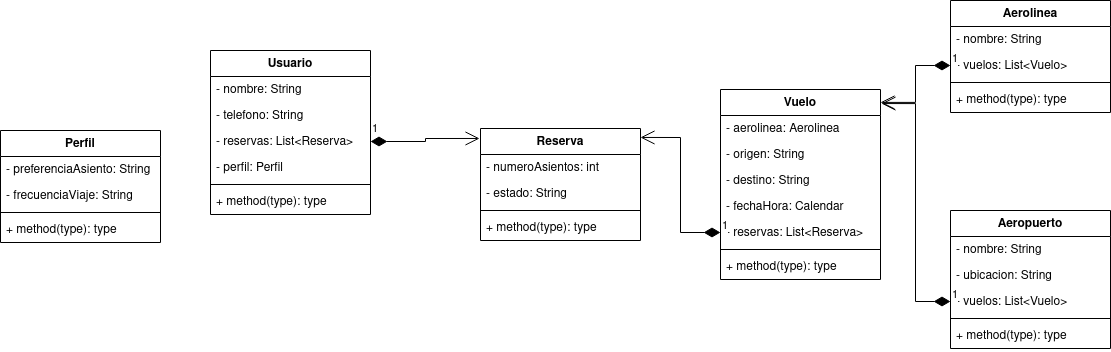
The draw.io diagram ejercicio2/diagram/ejercicio2-maxi.png in mackstm/examen-ets, before a commit. Source tidied: cells renumbered, new cells last; positions are measured from the earlier drawing's top-left corner, leaving out a move shared by most shapes.
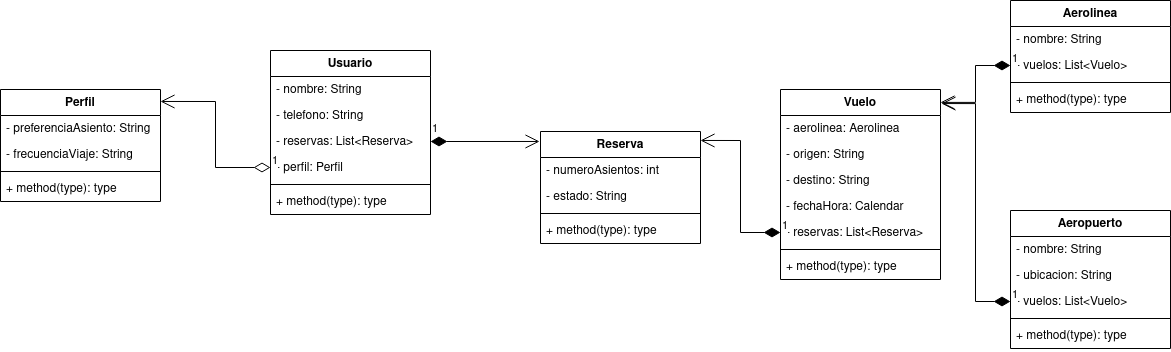
Above is the later version.

What changed in the source:
```diff
@@ -24,7 +24,7 @@
       <mxGeometry y="138" width="160" height="26" as="geometry" />
     </mxCell>
     <mxCell id="9" value="Reserva" style="swimlane;fontStyle=1;align=center;verticalAlign=top;horizontal=1;startSize=26;whiteSpace=wrap;html=1;" parent="1" vertex="1">
-      <mxGeometry x="480" y="128" width="160" height="112" as="geometry" />
+      <mxGeometry x="480" y="131" width="160" height="112" as="geometry" />
     </mxCell>
     <mxCell id="10" value="- numeroAsientos: int" style="text;strokeColor=none;fillColor=none;align=left;verticalAlign=top;spacingLeft=4;spacingRight=4;overflow=hidden;whiteSpace=wrap;html=1;" parent="9" vertex="1">
       <mxGeometry y="26" width="160" height="26" as="geometry" />
@@ -96,7 +96,7 @@
       <mxGeometry y="112" width="160" height="26" as="geometry" />
     </mxCell>
     <mxCell id="33" value="Perfil" style="swimlane;fontStyle=1;align=center;verticalAlign=top;horizontal=1;startSize=26;whiteSpace=wrap;html=1;" parent="1" vertex="1">
-      <mxGeometry y="130" width="160" height="112" as="geometry" />
+      <mxGeometry x="-60" y="89" width="160" height="112" as="geometry" />
     </mxCell>
     <mxCell id="34" value="- preferenciaAsiento: String" style="text;strokeColor=none;fillColor=none;align=left;verticalAlign=top;spacingLeft=4;spacingRight=4;overflow=hidden;whiteSpace=wrap;html=1;" parent="33" vertex="1">
       <mxGeometry y="26" width="160" height="26" as="geometry" />
@@ -122,5 +122,8 @@
     <mxCell id="41" value="1" style="endArrow=open;html=1;endSize=12;startArrow=diamondThin;startSize=14;startFill=1;edgeStyle=orthogonalEdgeStyle;align=left;verticalAlign=bottom;rounded=0;exitX=0;exitY=0.5;exitDx=0;exitDy=0;entryX=1.006;entryY=0.074;entryDx=0;entryDy=0;entryPerimeter=0;" parent="1" edge="1" source="30" target="14">
       <mxGeometry x="-1" y="3" relative="1" as="geometry" />
     </mxCell>
+    <mxCell id="42" value="1" style="endArrow=open;html=1;endSize=12;startArrow=diamondThin;startSize=14;startFill=0;edgeStyle=orthogonalEdgeStyle;align=left;verticalAlign=bottom;rounded=0;exitX=0;exitY=0.5;exitDx=0;exitDy=0;entryX=1;entryY=0.107;entryDx=0;entryDy=0;entryPerimeter=0;" parent="1" edge="1" source="6" target="33">
+      <mxGeometry x="-1" y="3" relative="1" as="geometry" />
+    </mxCell>
   </root>
 </mxGraphModel>
```
